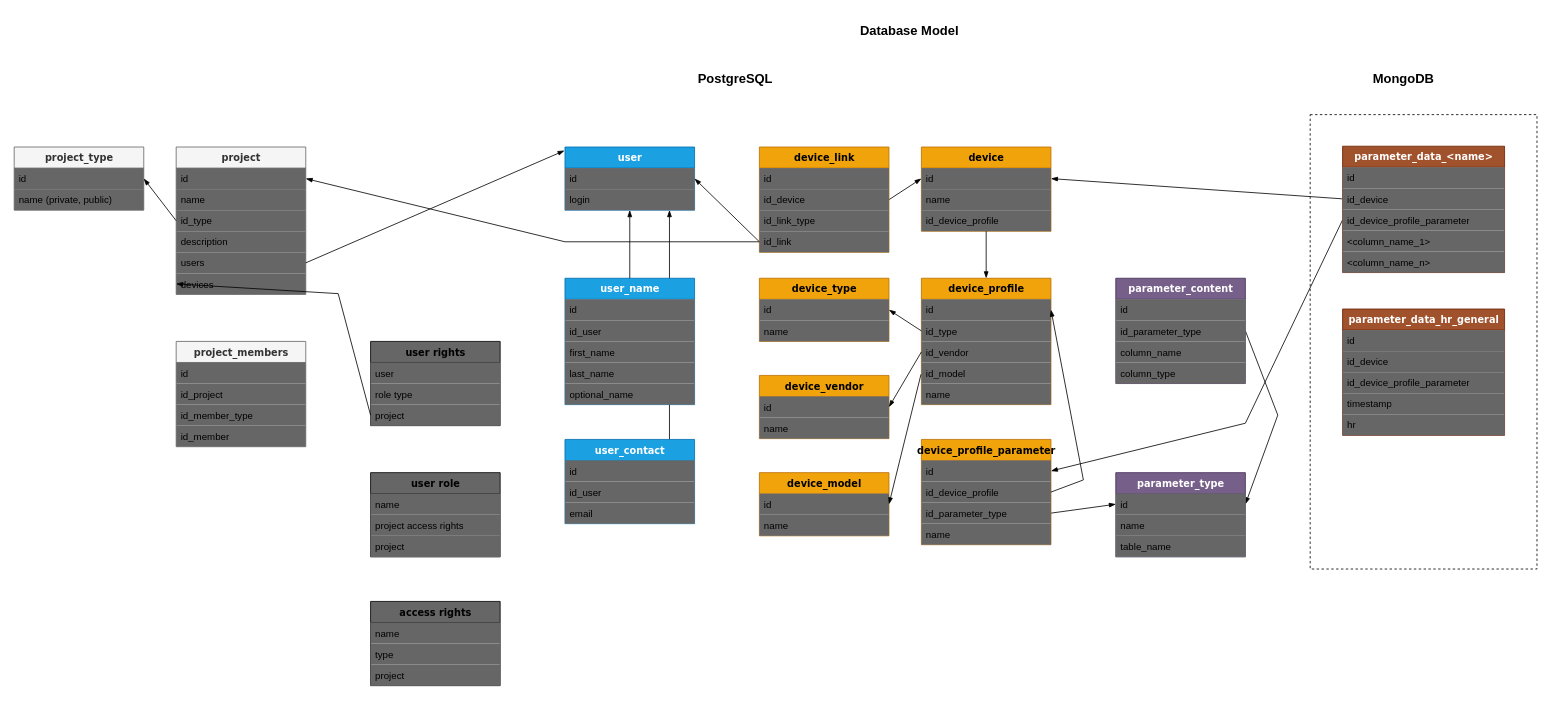
Before: doc/Data_Model.Logical.drawio in la-espira/espira, a draw.io diagram. Source tidied: cells renumbered, new cells numbered last; positions are measured from the earlier drawing's top-left corner, leaving out a move shared by most shapes. Both pictures are drawn from the tidied source at 81%, with x=0, y=0 at pixel (14, 18).
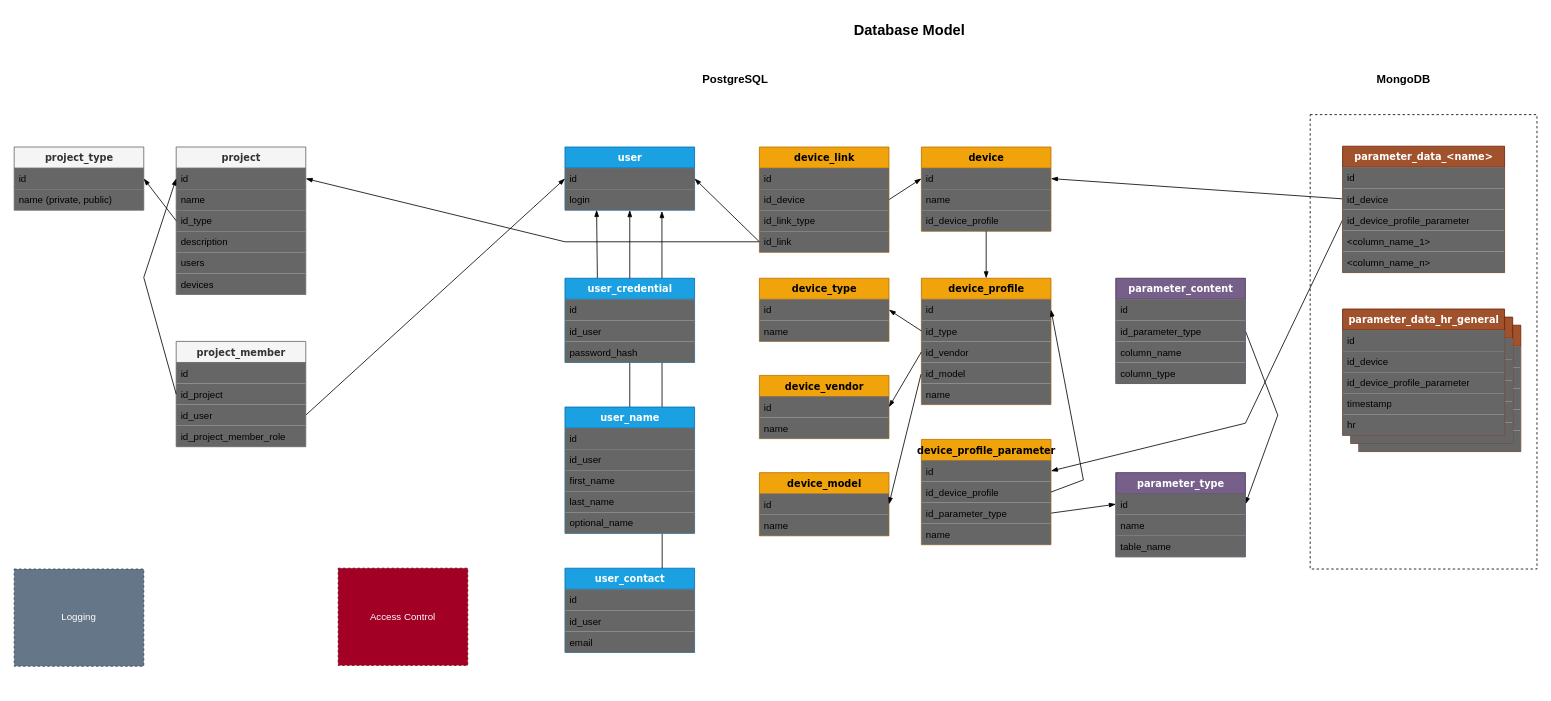
Above is the later version.

Commit message:
Logical Data Model updated

Unchanged cells that the change refers to:
```xml
<mxCell id="5" value="id" style="text;html=1;strokeColor=none;fillColor=#666666;align=left;verticalAlign=top;spacingLeft=4;spacingRight=4;whiteSpace=wrap;overflow=hidden;points=[[0,0.5],[1,0.5]];portConstraint=eastwest;" parent="4" vertex="1">
  <mxGeometry y="26" width="160" height="26" as="geometry" />
</mxCell>
<mxCell id="9" value="users" style="text;html=1;strokeColor=none;fillColor=#666666;align=left;verticalAlign=top;spacingLeft=4;spacingRight=4;whiteSpace=wrap;overflow=hidden;points=[[0,0.5],[1,0.5]];portConstraint=eastwest;" parent="4" vertex="1">
  <mxGeometry y="130" width="160" height="26" as="geometry" />
</mxCell>
<mxCell id="10" value="devices" style="text;html=1;strokeColor=none;fillColor=#666666;align=left;verticalAlign=top;spacingLeft=4;spacingRight=4;whiteSpace=wrap;overflow=hidden;points=[[0,0.5],[1,0.5]];portConstraint=eastwest;" parent="4" vertex="1">
  <mxGeometry y="156" width="160" height="26" as="geometry" />
</mxCell>
<mxCell id="13" value="user" style="swimlane;html=1;fontStyle=1;align=center;verticalAlign=top;horizontal=1;startSize=26;swimlaneFillColor=#ffffff;rounded=0;shadow=0;comic=0;labelBackgroundColor=none;strokeWidth=1;fillColor=#1ba1e2;fontFamily=Verdana;fontSize=12;fontColor=#ffffff;strokeColor=#006EAF;" parent="1" vertex="1">
  <mxGeometry x="680" y="159" width="160" height="78" as="geometry" />
</mxCell>
<mxCell id="14" value="id" style="text;html=1;strokeColor=none;fillColor=#666666;align=left;verticalAlign=top;spacingLeft=4;spacingRight=4;whiteSpace=wrap;overflow=hidden;points=[[0,0.5],[1,0.5]];portConstraint=eastwest;" parent="13" vertex="1">
  <mxGeometry y="26" width="160" height="26" as="geometry" />
</mxCell>
<mxCell id="15" value="login" style="text;html=1;strokeColor=none;fillColor=#666666;align=left;verticalAlign=top;spacingLeft=4;spacingRight=4;whiteSpace=wrap;overflow=hidden;points=[[0,0.5],[1,0.5]];portConstraint=eastwest;" parent="13" vertex="1">
  <mxGeometry y="52" width="160" height="26" as="geometry" />
</mxCell>
<mxCell id="120" value="id_project" style="text;html=1;strokeColor=none;fillColor=#666666;align=left;verticalAlign=top;spacingLeft=4;spacingRight=4;whiteSpace=wrap;overflow=hidden;points=[[0,0.5],[1,0.5]];portConstraint=eastwest;" parent="118" vertex="1">
  <mxGeometry y="52" width="160" height="26" as="geometry" />
</mxCell>
```

What changed in the source:
```diff
@@
-    <mxCell id="2" style="rounded=0;orthogonalLoop=1;jettySize=auto;html=1;fillColor=#666666;endArrow=none;endFill=0;startArrow=blockThin;startFill=1;" parent="1" edge="1">
-      <mxGeometry relative="1" as="geometry">
-        <mxPoint x="809" y="237" as="sourcePoint" />
-        <mxPoint x="809" y="520" as="targetPoint" />
-      </mxGeometry>
-    </mxCell>
+    <mxCell id="124" style="swimlane;html=1;fontStyle=1;align=center;verticalAlign=top;horizontal=1;startSize=26;swimlaneFillColor=#ffffff;rounded=0;shadow=0;comic=0;labelBackgroundColor=none;strokeWidth=1;fillColor=#a0522d;fontFamily=Verdana;fontSize=12;fontColor=#ffffff;strokeColor=#6D1F00;" parent="1" vertex="1">
+      <mxGeometry x="1660" y="379" width="200" height="156" as="geometry" />
+    </mxCell>
+    <mxCell id="125" style="text;html=1;strokeColor=none;fillColor=#666666;align=left;verticalAlign=top;spacingLeft=4;spacingRight=4;whiteSpace=wrap;overflow=hidden;" parent="124" vertex="1">
+      <mxGeometry y="26" width="200" height="26" as="geometry" />
+    </mxCell>
+    <mxCell id="126" style="text;html=1;strokeColor=none;fillColor=#666666;align=left;verticalAlign=top;spacingLeft=4;spacingRight=4;whiteSpace=wrap;overflow=hidden;" parent="124" vertex="1">
+      <mxGeometry y="52" width="200" height="26" as="geometry" />
+    </mxCell>
+    <mxCell id="127" style="text;html=1;strokeColor=none;fillColor=#666666;align=left;verticalAlign=top;spacingLeft=4;spacingRight=4;whiteSpace=wrap;overflow=hidden;" parent="124" vertex="1">
+      <mxGeometry y="78" width="200" height="26" as="geometry" />
+    </mxCell>
+    <mxCell id="128" style="text;html=1;strokeColor=none;fillColor=#666666;align=left;verticalAlign=top;spacingLeft=4;spacingRight=4;whiteSpace=wrap;overflow=hidden;" parent="124" vertex="1">
+      <mxGeometry y="104" width="200" height="26" as="geometry" />
+    </mxCell>
+    <mxCell id="129" style="text;html=1;strokeColor=none;fillColor=#666666;align=left;verticalAlign=top;spacingLeft=4;spacingRight=4;whiteSpace=wrap;overflow=hidden;" parent="124" vertex="1">
+      <mxGeometry y="130" width="200" height="26" as="geometry" />
+    </mxCell>
+    <mxCell id="130" style="swimlane;html=1;fontStyle=1;align=center;verticalAlign=top;horizontal=1;startSize=26;swimlaneFillColor=#ffffff;rounded=0;shadow=0;comic=0;labelBackgroundColor=none;strokeWidth=1;fillColor=#a0522d;fontFamily=Verdana;fontSize=12;fontColor=#ffffff;strokeColor=#6D1F00;" parent="1" vertex="1">
+      <mxGeometry x="1650" y="369" width="200" height="156" as="geometry" />
+    </mxCell>
+    <mxCell id="131" style="text;html=1;strokeColor=none;fillColor=#666666;align=left;verticalAlign=top;spacingLeft=4;spacingRight=4;whiteSpace=wrap;overflow=hidden;" parent="130" vertex="1">
+      <mxGeometry y="26" width="200" height="26" as="geometry" />
+    </mxCell>
+    <mxCell id="132" style="text;html=1;strokeColor=none;fillColor=#666666;align=left;verticalAlign=top;spacingLeft=4;spacingRight=4;whiteSpace=wrap;overflow=hidden;" parent="130" vertex="1">
+      <mxGeometry y="52" width="200" height="26" as="geometry" />
+    </mxCell>
+    <mxCell id="133" style="text;html=1;strokeColor=none;fillColor=#666666;align=left;verticalAlign=top;spacingLeft=4;spacingRight=4;whiteSpace=wrap;overflow=hidden;" parent="130" vertex="1">
+      <mxGeometry y="78" width="200" height="26" as="geometry" />
+    </mxCell>
+    <mxCell id="134" style="text;html=1;strokeColor=none;fillColor=#666666;align=left;verticalAlign=top;spacingLeft=4;spacingRight=4;whiteSpace=wrap;overflow=hidden;" parent="130" vertex="1">
+      <mxGeometry y="104" width="200" height="26" as="geometry" />
+    </mxCell>
+    <mxCell id="135" style="text;html=1;strokeColor=none;fillColor=#666666;align=left;verticalAlign=top;spacingLeft=4;spacingRight=4;whiteSpace=wrap;overflow=hidden;" parent="130" vertex="1">
+      <mxGeometry y="130" width="200" height="26" as="geometry" />
+    </mxCell>
@@
-    <mxCell id="16" style="rounded=0;jettySize=auto;html=1;fillColor=#666666;endArrow=none;endFill=0;exitX=-0.004;exitY=0.057;exitDx=0;exitDy=0;exitPerimeter=0;entryX=1;entryY=0.5;entryDx=0;entryDy=0;startArrow=blockThin;startFill=1;" parent="1" edge="1" source="13" target="9">
+    <mxCell id="16" style="rounded=0;jettySize=auto;html=1;fillColor=#666666;endArrow=none;endFill=0;exitX=0;exitY=0.5;exitDx=0;exitDy=0;entryX=1;entryY=0.5;entryDx=0;entryDy=0;startArrow=blockThin;startFill=1;" parent="1" edge="1" source="14" target="136">
       <mxGeometry relative="1" as="geometry" />
     </mxCell>
@@
-    <mxCell id="23" value="Database Model" style="text;html=1;align=center;verticalAlign=middle;fillColor=none;strokeColor=none;rounded=0;fontStyle=1;fontSize=16;" parent="1" vertex="1">
-      <mxGeometry x="1030" width="150" height="30" as="geometry" />
+    <mxCell id="23" value="Database Model" style="text;html=1;align=center;verticalAlign=middle;fillColor=none;strokeColor=none;rounded=0;fontStyle=1;fontSize=18;" parent="1" vertex="1">
+      <mxGeometry x="1025" y="-5" width="160" height="40" as="geometry" />
     </mxCell>
-    <mxCell id="24" value="user rights" style="swimlane;html=1;fontStyle=1;align=center;verticalAlign=top;horizontal=1;startSize=26;swimlaneFillColor=#ffffff;rounded=0;shadow=0;comic=0;labelBackgroundColor=none;strokeWidth=1;fillColor=#666666;fontFamily=Verdana;fontSize=12;" parent="1" vertex="1">
-      <mxGeometry x="440" y="399" width="160" height="104" as="geometry" />
-    </mxCell>
-    <mxCell id="25" value="user" style="text;html=1;strokeColor=none;fillColor=#666666;align=left;verticalAlign=top;spacingLeft=4;spacingRight=4;whiteSpace=wrap;overflow=hidden;" parent="24" vertex="1">
-      <mxGeometry y="26" width="160" height="26" as="geometry" />
-    </mxCell>
-    <mxCell id="26" value="role type" style="text;html=1;strokeColor=none;fillColor=#666666;align=left;verticalAlign=top;spacingLeft=4;spacingRight=4;whiteSpace=wrap;overflow=hidden;" parent="24" vertex="1">
-      <mxGeometry y="52" width="160" height="26" as="geometry" />
-    </mxCell>
-    <mxCell id="27" value="project" style="text;html=1;strokeColor=none;fillColor=#666666;align=left;verticalAlign=top;spacingLeft=4;spacingRight=4;whiteSpace=wrap;overflow=hidden;points=[[0,0.5],[1,0.5]];portConstraint=eastwest;" parent="24" vertex="1">
-      <mxGeometry y="78" width="160" height="26" as="geometry" />
-    </mxCell>
@@
-    <mxCell id="29" style="rounded=0;jettySize=auto;html=1;fillColor=#666666;endArrow=none;endFill=0;startArrow=blockThin;startFill=1;entryX=0;entryY=0.5;entryDx=0;entryDy=0;exitX=0;exitY=0.5;exitDx=0;exitDy=0;" parent="1" edge="1" source="10" target="27">
-      <mxGeometry relative="1" as="geometry">
-        <Array as="points">
-          <mxPoint x="400" y="340" />
-        </Array>
-      </mxGeometry>
-    </mxCell>
-    <mxCell id="30" value="user role" style="swimlane;html=1;fontStyle=1;align=center;verticalAlign=top;horizontal=1;startSize=26;swimlaneFillColor=#ffffff;rounded=0;shadow=0;comic=0;labelBackgroundColor=none;strokeWidth=1;fillColor=#666666;fontFamily=Verdana;fontSize=12;" parent="1" vertex="1">
-      <mxGeometry x="440" y="561" width="160" height="104" as="geometry" />
-    </mxCell>
-    <mxCell id="31" value="name" style="text;html=1;strokeColor=none;fillColor=#666666;align=left;verticalAlign=top;spacingLeft=4;spacingRight=4;whiteSpace=wrap;overflow=hidden;" parent="30" vertex="1">
-      <mxGeometry y="26" width="160" height="26" as="geometry" />
-    </mxCell>
-    <mxCell id="32" value="project access rights" style="text;html=1;strokeColor=none;fillColor=#666666;align=left;verticalAlign=top;spacingLeft=4;spacingRight=4;whiteSpace=wrap;overflow=hidden;" parent="30" vertex="1">
-      <mxGeometry y="52" width="160" height="26" as="geometry" />
-    </mxCell>
-    <mxCell id="33" value="project" style="text;html=1;strokeColor=none;fillColor=#666666;align=left;verticalAlign=top;spacingLeft=4;spacingRight=4;whiteSpace=wrap;overflow=hidden;" parent="30" vertex="1">
-      <mxGeometry y="78" width="160" height="26" as="geometry" />
-    </mxCell>
-    <mxCell id="34" value="access rights" style="swimlane;html=1;fontStyle=1;align=center;verticalAlign=top;horizontal=1;startSize=26;swimlaneFillColor=#ffffff;rounded=0;shadow=0;comic=0;labelBackgroundColor=none;strokeWidth=1;fillColor=#666666;fontFamily=Verdana;fontSize=12;" parent="1" vertex="1">
-      <mxGeometry x="440" y="720" width="160" height="104" as="geometry" />
-    </mxCell>
-    <mxCell id="35" value="name" style="text;html=1;strokeColor=none;fillColor=#666666;align=left;verticalAlign=top;spacingLeft=4;spacingRight=4;whiteSpace=wrap;overflow=hidden;" parent="34" vertex="1">
-      <mxGeometry y="26" width="160" height="26" as="geometry" />
-    </mxCell>
-    <mxCell id="36" value="type" style="text;html=1;strokeColor=none;fillColor=#666666;align=left;verticalAlign=top;spacingLeft=4;spacingRight=4;whiteSpace=wrap;overflow=hidden;" parent="34" vertex="1">
-      <mxGeometry y="52" width="160" height="26" as="geometry" />
-    </mxCell>
-    <mxCell id="37" value="project" style="text;html=1;strokeColor=none;fillColor=#666666;align=left;verticalAlign=top;spacingLeft=4;spacingRight=4;whiteSpace=wrap;overflow=hidden;" parent="34" vertex="1">
-      <mxGeometry y="78" width="160" height="26" as="geometry" />
-    </mxCell>
@@
-    <mxCell id="100" value="user_name" style="swimlane;html=1;fontStyle=1;align=center;verticalAlign=top;horizontal=1;startSize=26;swimlaneFillColor=#ffffff;rounded=0;shadow=0;comic=0;labelBackgroundColor=none;strokeWidth=1;fillColor=#1ba1e2;fontFamily=Verdana;fontSize=12;fontColor=#ffffff;strokeColor=#006EAF;" parent="1" vertex="1">
-      <mxGeometry x="680" y="321" width="160" height="156" as="geometry" />
-    </mxCell>
-    <mxCell id="101" value="id" style="text;html=1;strokeColor=none;fillColor=#666666;align=left;verticalAlign=top;spacingLeft=4;spacingRight=4;whiteSpace=wrap;overflow=hidden;" parent="100" vertex="1">
-      <mxGeometry y="26" width="160" height="26" as="geometry" />
-    </mxCell>
-    <mxCell id="102" value="id_user" style="text;html=1;strokeColor=none;fillColor=#666666;align=left;verticalAlign=top;spacingLeft=4;spacingRight=4;whiteSpace=wrap;overflow=hidden;" parent="100" vertex="1">
-      <mxGeometry y="52" width="160" height="26" as="geometry" />
-    </mxCell>
-    <mxCell id="103" value="first_name" style="text;html=1;strokeColor=none;fillColor=#666666;align=left;verticalAlign=top;spacingLeft=4;spacingRight=4;whiteSpace=wrap;overflow=hidden;" parent="100" vertex="1">
-      <mxGeometry y="78" width="160" height="26" as="geometry" />
-    </mxCell>
-    <mxCell id="104" value="last_name" style="text;html=1;strokeColor=none;fillColor=#666666;align=left;verticalAlign=top;spacingLeft=4;spacingRight=4;whiteSpace=wrap;overflow=hidden;" parent="100" vertex="1">
-      <mxGeometry y="104" width="160" height="26" as="geometry" />
-    </mxCell>
-    <mxCell id="105" value="optional_name" style="text;html=1;strokeColor=none;fillColor=#666666;align=left;verticalAlign=top;spacingLeft=4;spacingRight=4;whiteSpace=wrap;overflow=hidden;" parent="100" vertex="1">
-      <mxGeometry y="130" width="160" height="26" as="geometry" />
-    </mxCell>
     <mxCell id="106" value="user_contact" style="swimlane;html=1;fontStyle=1;align=center;verticalAlign=top;horizontal=1;startSize=26;swimlaneFillColor=#ffffff;rounded=0;shadow=0;comic=0;labelBackgroundColor=none;strokeWidth=1;fillColor=#1ba1e2;fontFamily=Verdana;fontSize=12;fontColor=#ffffff;strokeColor=#006EAF;" parent="1" vertex="1">
-      <mxGeometry x="680" y="520" width="160" height="104" as="geometry" />
+      <mxGeometry x="680" y="679" width="160" height="104" as="geometry" />
     </mxCell>
@@
-    <mxCell id="110" style="rounded=0;jettySize=auto;html=1;fillColor=#666666;endArrow=none;endFill=0;startArrow=blockThin;startFill=1;" parent="1" edge="1" source="13" target="100">
+    <mxCell id="110" style="rounded=0;jettySize=auto;html=1;fillColor=#666666;endArrow=none;endFill=0;startArrow=blockThin;startFill=1;entryX=0.5;entryY=0;entryDx=0;entryDy=0;" parent="1" edge="1" source="13" target="100">
       <mxGeometry relative="1" as="geometry" />
     </mxCell>
-    <mxCell id="111" value="MongoDB" style="text;html=1;align=center;verticalAlign=middle;fillColor=none;strokeColor=none;rounded=0;fontStyle=1;fontSize=16;" parent="1" vertex="1">
-      <mxGeometry x="1665" y="60" width="100" height="30" as="geometry" />
+    <mxCell id="111" value="MongoDB" style="text;html=1;align=center;verticalAlign=middle;fillColor=none;strokeColor=none;rounded=0;fontStyle=1;fontSize=14;" parent="1" vertex="1">
+      <mxGeometry x="1670" y="60" width="90" height="30" as="geometry" />
     </mxCell>
-    <mxCell id="112" value="PostgreSQL" style="text;html=1;align=center;verticalAlign=middle;fillColor=none;strokeColor=none;rounded=0;fontStyle=1;fontSize=16;" parent="1" vertex="1">
-      <mxGeometry x="830" y="60" width="120" height="30" as="geometry" />
+    <mxCell id="112" value="PostgreSQL" style="text;html=1;align=center;verticalAlign=middle;fillColor=none;strokeColor=none;rounded=0;fontStyle=1;fontSize=14;" parent="1" vertex="1">
+      <mxGeometry x="840" y="60" width="100" height="30" as="geometry" />
     </mxCell>
@@
-    <mxCell id="118" value="project_members" style="swimlane;html=1;fontStyle=1;align=center;verticalAlign=top;horizontal=1;startSize=26;swimlaneFillColor=#ffffff;rounded=0;shadow=0;comic=0;labelBackgroundColor=none;strokeWidth=1;fillColor=#f5f5f5;fontFamily=Verdana;fontSize=12;fontColor=#333333;strokeColor=#666666;" parent="1" vertex="1">
+    <mxCell id="118" value="project_member" style="swimlane;html=1;fontStyle=1;align=center;verticalAlign=top;horizontal=1;startSize=26;swimlaneFillColor=#ffffff;rounded=0;shadow=0;comic=0;labelBackgroundColor=none;strokeWidth=1;fillColor=#f5f5f5;fontFamily=Verdana;fontSize=12;fontColor=#333333;strokeColor=#666666;" parent="1" vertex="1">
       <mxGeometry x="200" y="399" width="160" height="130" as="geometry" />
     </mxCell>
@@
-    <mxCell id="121" value="id_member_type" style="text;html=1;strokeColor=none;fillColor=#666666;align=left;verticalAlign=top;spacingLeft=4;spacingRight=4;whiteSpace=wrap;overflow=hidden;" parent="118" vertex="1">
-      <mxGeometry y="78" width="160" height="26" as="geometry" />
-    </mxCell>
+    <mxCell id="136" value="id_user" style="text;html=1;strokeColor=none;fillColor=#666666;align=left;verticalAlign=top;spacingLeft=4;spacingRight=4;whiteSpace=wrap;overflow=hidden;points=[[0,0.5],[1,0.5]];portConstraint=eastwest;" parent="118" vertex="1">
+      <mxGeometry y="78" width="160" height="26" as="geometry" />
+    </mxCell>
-    <mxCell id="122" value="id_member" style="text;html=1;strokeColor=none;fillColor=#666666;align=left;verticalAlign=top;spacingLeft=4;spacingRight=4;whiteSpace=wrap;overflow=hidden;" parent="118" vertex="1">
+    <mxCell id="122" value="id_project_member_role" style="text;html=1;strokeColor=none;fillColor=#666666;align=left;verticalAlign=top;spacingLeft=4;spacingRight=4;whiteSpace=wrap;overflow=hidden;" parent="118" vertex="1">
       <mxGeometry y="104" width="160" height="26" as="geometry" />
     </mxCell>
@@
+    <mxCell id="137" style="rounded=0;jettySize=auto;html=1;fillColor=#666666;endArrow=none;endFill=0;exitX=0;exitY=0.5;exitDx=0;exitDy=0;entryX=0;entryY=0.5;entryDx=0;entryDy=0;startArrow=blockThin;startFill=1;" parent="1" edge="1" source="5" target="120">
+      <mxGeometry relative="1" as="geometry">
+        <Array as="points">
+          <mxPoint x="160" y="320" />
+        </Array>
+      </mxGeometry>
+    </mxCell>
+    <mxCell id="138" style="rounded=0;jettySize=auto;html=1;fillColor=#666666;endArrow=none;endFill=0;startArrow=blockThin;startFill=1;entryX=0.75;entryY=0;entryDx=0;entryDy=0;exitX=0.748;exitY=1.044;exitDx=0;exitDy=0;exitPerimeter=0;" parent="1" edge="1" source="15" target="106">
+      <mxGeometry relative="1" as="geometry" />
+    </mxCell>
+    <mxCell id="139" style="rounded=0;jettySize=auto;html=1;fillColor=#666666;endArrow=none;endFill=0;startArrow=blockThin;startFill=1;entryX=0.25;entryY=0;entryDx=0;entryDy=0;exitX=0.244;exitY=0.991;exitDx=0;exitDy=0;exitPerimeter=0;" parent="1" edge="1" source="15" target="140">
+      <mxGeometry relative="1" as="geometry" />
+    </mxCell>
+    <mxCell id="140" value="user_credential" style="swimlane;html=1;fontStyle=1;align=center;verticalAlign=top;horizontal=1;startSize=26;swimlaneFillColor=#ffffff;rounded=0;shadow=0;comic=0;labelBackgroundColor=none;strokeWidth=1;fillColor=#1ba1e2;fontFamily=Verdana;fontSize=12;fontColor=#ffffff;strokeColor=#006EAF;" parent="1" vertex="1">
+      <mxGeometry x="680" y="321" width="160" height="104" as="geometry" />
+    </mxCell>
+    <mxCell id="141" value="id" style="text;html=1;strokeColor=none;fillColor=#666666;align=left;verticalAlign=top;spacingLeft=4;spacingRight=4;whiteSpace=wrap;overflow=hidden;" parent="140" vertex="1">
+      <mxGeometry y="26" width="160" height="26" as="geometry" />
+    </mxCell>
+    <mxCell id="142" value="id_user" style="text;html=1;strokeColor=none;fillColor=#666666;align=left;verticalAlign=top;spacingLeft=4;spacingRight=4;whiteSpace=wrap;overflow=hidden;" parent="140" vertex="1">
+      <mxGeometry y="52" width="160" height="26" as="geometry" />
+    </mxCell>
+    <mxCell id="143" value="password_hash" style="text;html=1;strokeColor=none;fillColor=#666666;align=left;verticalAlign=top;spacingLeft=4;spacingRight=4;whiteSpace=wrap;overflow=hidden;" parent="140" vertex="1">
+      <mxGeometry y="78" width="160" height="26" as="geometry" />
+    </mxCell>
+    <mxCell id="100" value="user_name" style="swimlane;html=1;fontStyle=1;align=center;verticalAlign=top;horizontal=1;startSize=26;swimlaneFillColor=#ffffff;rounded=0;shadow=0;comic=0;labelBackgroundColor=none;strokeWidth=1;fillColor=#1ba1e2;fontFamily=Verdana;fontSize=12;fontColor=#ffffff;strokeColor=#006EAF;" parent="1" vertex="1">
+      <mxGeometry x="680" y="480" width="160" height="156" as="geometry" />
+    </mxCell>
+    <mxCell id="101" value="id" style="text;html=1;strokeColor=none;fillColor=#666666;align=left;verticalAlign=top;spacingLeft=4;spacingRight=4;whiteSpace=wrap;overflow=hidden;" parent="100" vertex="1">
+      <mxGeometry y="26" width="160" height="26" as="geometry" />
+    </mxCell>
+    <mxCell id="102" value="id_user" style="text;html=1;strokeColor=none;fillColor=#666666;align=left;verticalAlign=top;spacingLeft=4;spacingRight=4;whiteSpace=wrap;overflow=hidden;" parent="100" vertex="1">
+      <mxGeometry y="52" width="160" height="26" as="geometry" />
+    </mxCell>
+    <mxCell id="103" value="first_name" style="text;html=1;strokeColor=none;fillColor=#666666;align=left;verticalAlign=top;spacingLeft=4;spacingRight=4;whiteSpace=wrap;overflow=hidden;" parent="100" vertex="1">
+      <mxGeometry y="78" width="160" height="26" as="geometry" />
+    </mxCell>
+    <mxCell id="104" value="last_name" style="text;html=1;strokeColor=none;fillColor=#666666;align=left;verticalAlign=top;spacingLeft=4;spacingRight=4;whiteSpace=wrap;overflow=hidden;" parent="100" vertex="1">
+      <mxGeometry y="104" width="160" height="26" as="geometry" />
+    </mxCell>
+    <mxCell id="105" value="optional_name" style="text;html=1;strokeColor=none;fillColor=#666666;align=left;verticalAlign=top;spacingLeft=4;spacingRight=4;whiteSpace=wrap;overflow=hidden;" parent="100" vertex="1">
+      <mxGeometry y="130" width="160" height="26" as="geometry" />
+    </mxCell>
+    <mxCell id="144" value="Access Control" style="rounded=0;whiteSpace=wrap;html=1;dashed=1;fontSize=12;fontColor=#ffffff;fillColor=#a20025;strokeColor=#6F0000;" parent="1" vertex="1">
+      <mxGeometry x="400" y="679" width="160" height="120" as="geometry" />
+    </mxCell>
+    <mxCell id="145" value="Logging" style="rounded=0;whiteSpace=wrap;html=1;dashed=1;fontSize=12;fillColor=#647687;strokeColor=#314354;fontColor=#ffffff;" parent="1" vertex="1">
+      <mxGeometry y="680" width="160" height="120" as="geometry" />
+    </mxCell>
```
